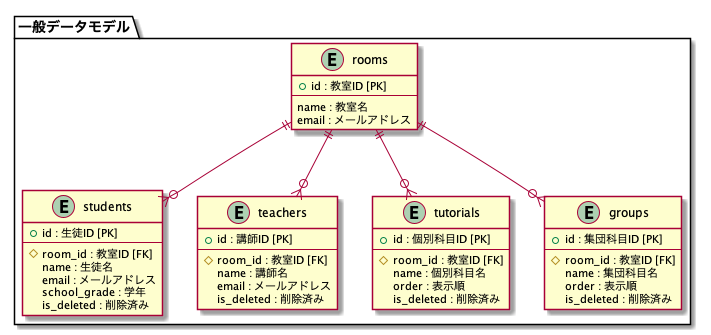
Above: application/doc/general_data_model.png in mass584/rakuraku_komagumi (PlantUML), before the change. Source of this version:
```plantuml
@startuml general_data_model

package "一般データモデル" {
  entity "rooms" {
    + id : 教室ID [PK]
    --
    name : 教室名
    email : メールアドレス
  }

  entity "students" {
    + id : 生徒ID [PK]
    --
    # room_id : 教室ID [FK]
    name : 生徒名
    email : メールアドレス
    school_grade : 学年
    is_deleted : 削除済み
  }

  entity "teachers" {
    + id : 講師ID [PK]
    --
    # room_id : 教室ID [FK]
    name : 講師名
    email : メールアドレス
    is_deleted : 削除済み
  }

  entity "tutorials" {
    + id : 個別科目ID [PK]
    --
    # room_id : 教室ID [FK]
    name : 個別科目名
    order : 表示順
    is_deleted : 削除済み
  }

  entity "groups" {
    + id : 集団科目ID [PK]
    --
    # room_id : 教室ID [FK]
    name : 集団科目名
    order : 表示順
    is_deleted : 削除済み
  }
}

rooms ||-do-o{ students
rooms ||-do-o{ teachers
rooms ||-do-o{ tutorials
rooms ||-do-o{ groups
@enduml
```
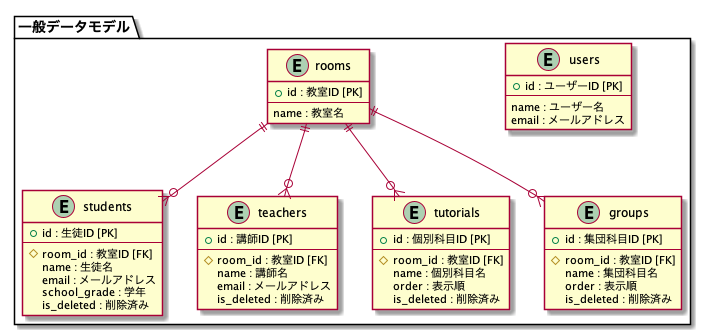
The same file after the commit.

Commit message:
データモデル修正

What changed in the source:
```diff
@@ -1,11 +1,17 @@
 @startuml general_data_model
 
 package "一般データモデル" {
+  entity "users" {
+    + id : ユーザーID [PK]
+    --
+    name : ユーザー名
+    email : メールアドレス
+  }
+
   entity "rooms" {
     + id : 教室ID [PK]
     --
     name : 教室名
-    email : メールアドレス
   }
 
   entity "students" {
```
